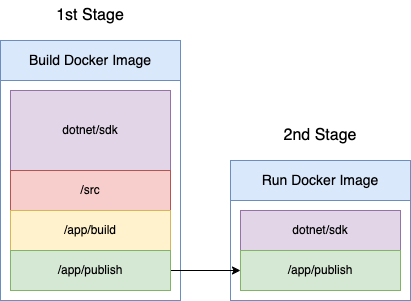
Earlier version of the draw.io export build/blog/img/2023-12-27-docker-multi-stage-builds/multi_stage_docker_image.png (twarsop/personal-website). Source tidied: cells renumbered, new cells last; positions are measured from the earlier drawing's top-left corner, leaving out a move shared by most shapes. Its diagram source:
```xml
<mxGraphModel>
  <root>
    <mxCell id="0" />
    <mxCell id="1" parent="0" />
    <mxCell id="2" style="rounded=0;whiteSpace=wrap;html=1;fillColor=#FFFFFF;strokeColor=#6c8ebf;" parent="1" vertex="1">
      <mxGeometry x="230" y="160" width="180" height="140" as="geometry" />
    </mxCell>
    <mxCell id="3" value="dotnet/sdk" style="rounded=0;whiteSpace=wrap;html=1;fillColor=#e1d5e7;strokeColor=#9673a6;" parent="1" vertex="1">
      <mxGeometry x="240" y="210" width="160" height="40" as="geometry" />
    </mxCell>
    <mxCell id="4" value="/app/publish" style="rounded=0;whiteSpace=wrap;html=1;fillColor=#d5e8d4;strokeColor=#82b366;" parent="1" vertex="1">
      <mxGeometry x="240" y="250" width="160" height="40" as="geometry" />
    </mxCell>
    <mxCell id="5" value="Run Docker Image" style="rounded=0;whiteSpace=wrap;html=1;fontSize=14;fillColor=#dae8fc;strokeColor=#6c8ebf;fontColor=#000000;" parent="1" vertex="1">
      <mxGeometry x="230" y="160" width="180" height="40" as="geometry" />
    </mxCell>
    <mxCell id="6" style="rounded=0;whiteSpace=wrap;html=1;fillColor=#FFFFFF;strokeColor=#6c8ebf;" parent="1" vertex="1">
      <mxGeometry y="40" width="180" height="260" as="geometry" />
    </mxCell>
    <mxCell id="7" value="dotnet/sdk" style="rounded=0;whiteSpace=wrap;html=1;fillColor=#e1d5e7;strokeColor=#9673a6;" parent="1" vertex="1">
      <mxGeometry x="10" y="90" width="160" height="80" as="geometry" />
    </mxCell>
    <mxCell id="8" value="/src" style="rounded=0;whiteSpace=wrap;html=1;fillColor=#f8cecc;strokeColor=#b85450;" parent="1" vertex="1">
      <mxGeometry x="10" y="170" width="160" height="40" as="geometry" />
    </mxCell>
    <mxCell id="9" value="/app/build" style="rounded=0;whiteSpace=wrap;html=1;fillColor=#fff2cc;strokeColor=#d6b656;" parent="1" vertex="1">
      <mxGeometry x="10" y="210" width="160" height="40" as="geometry" />
    </mxCell>
    <mxCell id="10" style="edgeStyle=orthogonalEdgeStyle;rounded=0;jettySize=auto;html=1;" parent="1" edge="1" source="11" target="4">
      <mxGeometry relative="1" as="geometry" />
    </mxCell>
    <mxCell id="11" value="/app/publish" style="rounded=0;whiteSpace=wrap;html=1;fillColor=#d5e8d4;strokeColor=#82b366;" parent="1" vertex="1">
      <mxGeometry x="10" y="250" width="160" height="40" as="geometry" />
    </mxCell>
    <mxCell id="12" value="Build Docker Image" style="rounded=0;whiteSpace=wrap;html=1;fontSize=14;fillColor=#dae8fc;strokeColor=#6c8ebf;fontColor=#000000;" parent="1" vertex="1">
      <mxGeometry y="40" width="180" height="40" as="geometry" />
    </mxCell>
    <mxCell id="13" value="&lt;font style=&quot;font-size: 16px;&quot;&gt;&lt;span&gt;1st Stage&lt;/span&gt;&lt;/font&gt;" style="text;html=1;strokeColor=none;fillColor=none;align=center;verticalAlign=middle;whiteSpace=wrap;rounded=0;fontStyle=0;" parent="1" vertex="1">
      <mxGeometry width="180" height="30" as="geometry" />
    </mxCell>
    <mxCell id="14" value="&lt;font style=&quot;font-size: 16px;&quot;&gt;&lt;span&gt;2nd Stage&lt;/span&gt;&lt;/font&gt;" style="text;html=1;strokeColor=none;fillColor=none;align=center;verticalAlign=middle;whiteSpace=wrap;rounded=0;fontStyle=0;" parent="1" vertex="1">
      <mxGeometry x="230" y="120" width="180" height="30" as="geometry" />
    </mxCell>
  </root>
</mxGraphModel>
```
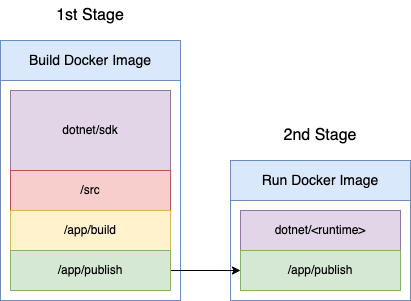
The same file after the commit.

Commit message:
Fix images to sow runtime

Diff of the diagram source:
```diff
@@ -5,7 +5,7 @@
     <mxCell id="2" style="rounded=0;whiteSpace=wrap;html=1;fillColor=#FFFFFF;strokeColor=#6c8ebf;" parent="1" vertex="1">
       <mxGeometry x="230" y="160" width="180" height="140" as="geometry" />
     </mxCell>
-    <mxCell id="3" value="dotnet/sdk" style="rounded=0;whiteSpace=wrap;html=1;fillColor=#e1d5e7;strokeColor=#9673a6;" parent="1" vertex="1">
+    <mxCell id="3" value="dotnet/&amp;lt;runtime&amp;gt;" style="rounded=0;whiteSpace=wrap;html=1;fillColor=#e1d5e7;strokeColor=#9673a6;" parent="1" vertex="1">
       <mxGeometry x="240" y="210" width="160" height="40" as="geometry" />
     </mxCell>
     <mxCell id="4" value="/app/publish" style="rounded=0;whiteSpace=wrap;html=1;fillColor=#d5e8d4;strokeColor=#82b366;" parent="1" vertex="1">
```
